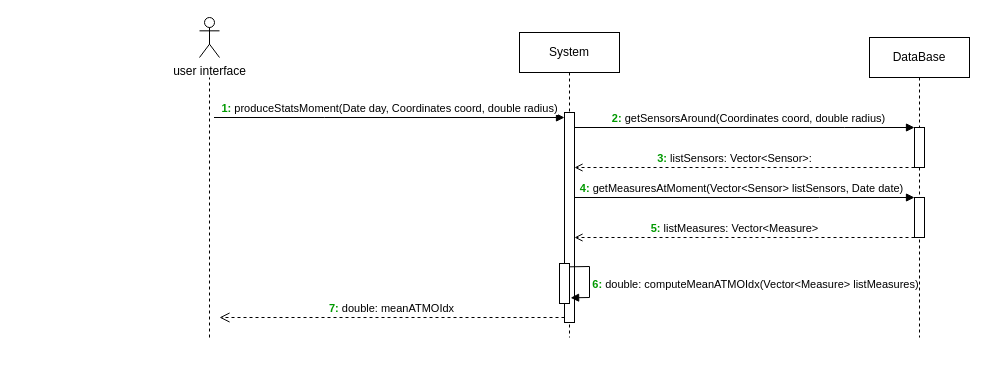
Earlier version of the draw.io diagram UML stuff/seqDiagProdStatsMoment.drawio (NourJadiri/AirWatcher). Source tidied: cells renumbered, new cells numbered last; positions are measured from the earlier drawing's top-left corner, leaving out a move shared by most shapes. Both pictures are drawn from the tidied source at 100%, with x=0, y=0 at pixel (199, 17).
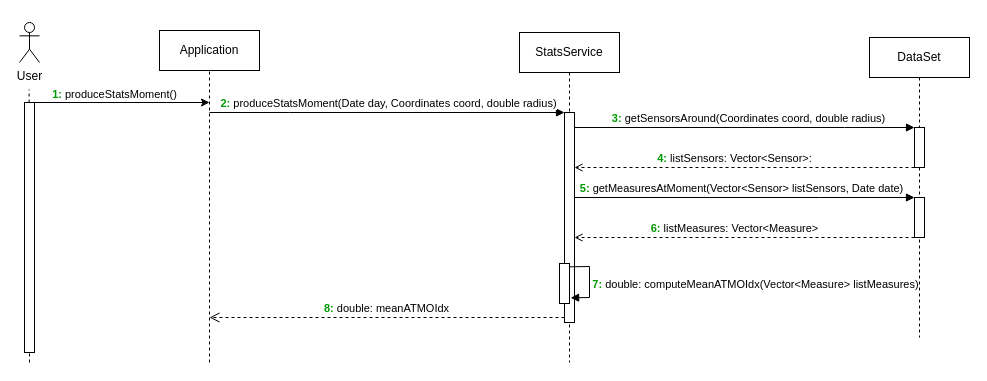
The same diagram, later.

Unchanged cells that the change refers to:
```xml
<mxCell id="3" style="html=1;points=[];perimeter=orthogonalPerimeter;outlineConnect=0;targetShapes=umlLifeline;portConstraint=eastwest;newEdgeStyle={&quot;edgeStyle&quot;:&quot;elbowEdgeStyle&quot;,&quot;elbow&quot;:&quot;vertical&quot;,&quot;curved&quot;:0,&quot;rounded&quot;:0};" parent="2" vertex="1">
  <mxGeometry x="45" y="80" width="10" height="210" as="geometry" />
</mxCell>
<mxCell id="9" style="endArrow=block;html=1;rounded=0;endFill=1;" parent="1" edge="1" source="3" target="7">
  <mxGeometry relative="1" as="geometry">
    <Array as="points">
      <mxPoint x="645" y="110" />
    </Array>
  </mxGeometry>
</mxCell>
<mxCell id="11" style="endArrow=open;html=1;rounded=0;endFill=0;dashed=1;" parent="1" edge="1" source="7" target="3">
  <mxGeometry relative="1" as="geometry">
    <Array as="points">
      <mxPoint x="525" y="150" />
    </Array>
  </mxGeometry>
</mxCell>
<mxCell id="13" style="endArrow=block;html=1;rounded=0;endFill=1;" parent="1" edge="1" source="3" target="8">
  <mxGeometry relative="1" as="geometry">
    <Array as="points">
      <mxPoint x="620" y="180" />
    </Array>
  </mxGeometry>
</mxCell>
<mxCell id="15" style="endArrow=open;html=1;rounded=0;endFill=0;dashed=1;" parent="1" edge="1" source="8" target="3">
  <mxGeometry relative="1" as="geometry">
    <Array as="points">
      <mxPoint x="525" y="220" />
    </Array>
  </mxGeometry>
</mxCell>
<mxCell id="18" style="endArrow=block;html=1;rounded=0;exitX=0.967;exitY=0.083;exitDx=0;exitDy=0;entryX=1.111;entryY=0.858;entryDx=0;entryDy=0;entryPerimeter=0;exitPerimeter=0;endFill=1;" parent="1" edge="1" source="17" target="17">
  <mxGeometry relative="1" as="geometry">
    <Array as="points">
      <mxPoint x="390" y="249" />
      <mxPoint x="390" y="280" />
    </Array>
  </mxGeometry>
</mxCell>
```

Change to the diagram source:
```diff
@@
-    <mxCell id="2" value="System" style="shape=umlLifeline;perimeter=lifelinePerimeter;whiteSpace=wrap;html=1;newEdgeStyle={&quot;edgeStyle&quot;:&quot;elbowEdgeStyle&quot;,&quot;elbow&quot;:&quot;vertical&quot;,&quot;curved&quot;:0,&quot;rounded&quot;:0};" parent="1" vertex="1">
-      <mxGeometry x="320" y="15" width="100" height="305" as="geometry" />
+    <mxCell id="2" value="StatsService" style="shape=umlLifeline;perimeter=lifelinePerimeter;whiteSpace=wrap;html=1;newEdgeStyle={&quot;edgeStyle&quot;:&quot;elbowEdgeStyle&quot;,&quot;elbow&quot;:&quot;vertical&quot;,&quot;curved&quot;:0,&quot;rounded&quot;:0};" parent="1" vertex="1">
+      <mxGeometry x="320" y="15" width="100" height="330" as="geometry" />
     </mxCell>
@@
-    <mxCell id="4" value="&lt;font color=&quot;#009900&quot;&gt;&lt;b&gt;1:&lt;/b&gt;&lt;/font&gt;&lt;font color=&quot;#99ff99&quot;&gt; &lt;/font&gt;produceStatsMoment(Date day, Coordinates coord, double radius)" style="html=1;verticalAlign=bottom;endArrow=block;edgeStyle=elbowEdgeStyle;elbow=vertical;curved=0;rounded=0;" parent="1" edge="1" target="3">
-      <mxGeometry relative="1" as="geometry">
-        <mxPoint x="14.5" y="100" as="sourcePoint" />
+    <mxCell id="4" value="&lt;font color=&quot;#009900&quot;&gt;&lt;b&gt;2:&lt;/b&gt;&lt;/font&gt;&lt;font color=&quot;#99ff99&quot;&gt; &lt;/font&gt;produceStatsMoment(Date day, Coordinates coord, double radius)" style="html=1;verticalAlign=bottom;endArrow=block;edgeStyle=elbowEdgeStyle;elbow=vertical;curved=0;rounded=0;" parent="1" edge="1" target="3">
+      <mxGeometry x="0.01" relative="1" as="geometry">
+        <mxPoint x="10" y="95" as="sourcePoint" />
         <Array as="points">
-          <mxPoint x="125" y="100" />
+          <mxPoint x="90" y="95" />
         </Array>
       </mxGeometry>
     </mxCell>
-    <mxCell id="5" value="&lt;b style=&quot;border-color: var(--border-color); caret-color: rgb(0, 153, 0); color: rgb(0, 153, 0);&quot;&gt;7:&amp;nbsp;&lt;/b&gt;double: meanATMOIdx" style="html=1;verticalAlign=bottom;endArrow=open;dashed=1;endSize=8;edgeStyle=elbowEdgeStyle;elbow=vertical;curved=0;rounded=0;" parent="1" edge="1" source="3">
+    <mxCell id="5" value="&lt;b style=&quot;border-color: var(--border-color); caret-color: rgb(0, 153, 0); color: rgb(0, 153, 0);&quot;&gt;8:&amp;nbsp;&lt;/b&gt;double: meanATMOIdx" style="html=1;verticalAlign=bottom;endArrow=open;dashed=1;endSize=8;edgeStyle=elbowEdgeStyle;elbow=vertical;curved=0;rounded=0;" parent="1" edge="1" source="3">
       <mxGeometry relative="1" as="geometry">
-        <mxPoint x="20" y="300" as="targetPoint" />
+        <mxPoint x="10" y="300" as="targetPoint" />
         <Array as="points">
           <mxPoint x="240" y="300" />
           <mxPoint x="220" y="310" />
           <mxPoint x="325" y="360" />
           <mxPoint x="235" y="320" />
           <mxPoint x="275" y="300" />
           <mxPoint x="135" y="260" />
         </Array>
       </mxGeometry>
     </mxCell>
-    <mxCell id="6" value="DataBase" style="shape=umlLifeline;perimeter=lifelinePerimeter;whiteSpace=wrap;html=1;newEdgeStyle={&quot;edgeStyle&quot;:&quot;elbowEdgeStyle&quot;,&quot;elbow&quot;:&quot;vertical&quot;,&quot;curved&quot;:0,&quot;rounded&quot;:0};" parent="1" vertex="1">
+    <mxCell id="6" value="DataSet" style="shape=umlLifeline;perimeter=lifelinePerimeter;whiteSpace=wrap;html=1;newEdgeStyle={&quot;edgeStyle&quot;:&quot;elbowEdgeStyle&quot;,&quot;elbow&quot;:&quot;vertical&quot;,&quot;curved&quot;:0,&quot;rounded&quot;:0};" parent="1" vertex="1">
       <mxGeometry x="670" y="20" width="100" height="300" as="geometry" />
     </mxCell>
@@
-    <mxCell id="10" value="&lt;b style=&quot;border-color: var(--border-color); caret-color: rgb(0, 153, 0); color: rgb(0, 153, 0);&quot;&gt;2:&lt;/b&gt;&amp;nbsp;getSensorsAround(Coordinates coord, double radius)" style="edgeLabel;html=1;align=center;verticalAlign=middle;" parent="9" vertex="1">
+    <mxCell id="10" value="&lt;b style=&quot;border-color: var(--border-color); caret-color: rgb(0, 153, 0); color: rgb(0, 153, 0);&quot;&gt;3:&lt;/b&gt;&amp;nbsp;getSensorsAround(Coordinates coord, double radius)" style="edgeLabel;html=1;align=center;verticalAlign=middle;" parent="9" vertex="1">
       <mxGeometry x="-0.41" y="2" relative="1" as="geometry">
         <mxPoint x="73" y="-8" as="offset" />
       </mxGeometry>
     </mxCell>
@@
-    <mxCell id="12" value="&lt;b style=&quot;border-color: var(--border-color); caret-color: rgb(0, 153, 0); color: rgb(0, 153, 0);&quot;&gt;3:&amp;nbsp;&lt;/b&gt;listSensors: Vector&amp;lt;Sensor&amp;gt;:" style="edgeLabel;html=1;align=center;verticalAlign=middle;" parent="11" vertex="1">
+    <mxCell id="12" value="&lt;b style=&quot;border-color: var(--border-color); caret-color: rgb(0, 153, 0); color: rgb(0, 153, 0);&quot;&gt;4:&amp;nbsp;&lt;/b&gt;listSensors: Vector&amp;lt;Sensor&amp;gt;:" style="edgeLabel;html=1;align=center;verticalAlign=middle;" parent="11" vertex="1">
       <mxGeometry x="0.28" y="1" relative="1" as="geometry">
         <mxPoint x="37" y="-11" as="offset" />
       </mxGeometry>
     </mxCell>
@@
-    <mxCell id="14" value="&lt;b style=&quot;border-color: var(--border-color); caret-color: rgb(0, 153, 0); color: rgb(0, 153, 0);&quot;&gt;4:&amp;nbsp;&lt;/b&gt;getMeasuresAtMoment(Vector&amp;lt;Sensor&amp;gt; listSensors, Date date)" style="edgeLabel;html=1;align=center;verticalAlign=middle;" parent="13" vertex="1">
+    <mxCell id="14" value="&lt;b style=&quot;border-color: var(--border-color); caret-color: rgb(0, 153, 0); color: rgb(0, 153, 0);&quot;&gt;5:&amp;nbsp;&lt;/b&gt;getMeasuresAtMoment(Vector&amp;lt;Sensor&amp;gt; listSensors, Date date)" style="edgeLabel;html=1;align=center;verticalAlign=middle;" parent="13" vertex="1">
       <mxGeometry x="-0.41" y="2" relative="1" as="geometry">
         <mxPoint x="66" y="-8" as="offset" />
       </mxGeometry>
     </mxCell>
@@
-    <mxCell id="16" value="&lt;b style=&quot;border-color: var(--border-color); caret-color: rgb(0, 153, 0); color: rgb(0, 153, 0);&quot;&gt;5:&amp;nbsp;&lt;/b&gt;listMeasures: Vector&amp;lt;Measure&amp;gt;" style="edgeLabel;html=1;align=center;verticalAlign=middle;" parent="15" vertex="1">
+    <mxCell id="16" value="&lt;b style=&quot;border-color: var(--border-color); caret-color: rgb(0, 153, 0); color: rgb(0, 153, 0);&quot;&gt;6:&amp;nbsp;&lt;/b&gt;listMeasures: Vector&amp;lt;Measure&amp;gt;" style="edgeLabel;html=1;align=center;verticalAlign=middle;" parent="15" vertex="1">
       <mxGeometry x="0.28" y="1" relative="1" as="geometry">
         <mxPoint x="37" y="-11" as="offset" />
       </mxGeometry>
     </mxCell>
@@
-    <mxCell id="19" value="&lt;b style=&quot;border-color: var(--border-color); caret-color: rgb(0, 153, 0); color: rgb(0, 153, 0);&quot;&gt;6:&amp;nbsp;&lt;/b&gt;double: computeMeanATMOIdx(Vector&amp;lt;Measure&amp;gt; listMeasures)" style="edgeLabel;html=1;align=center;verticalAlign=middle;" parent="18" vertex="1">
+    <mxCell id="19" value="&lt;b style=&quot;border-color: var(--border-color); caret-color: rgb(0, 153, 0); color: rgb(0, 153, 0);&quot;&gt;7:&amp;nbsp;&lt;/b&gt;double: computeMeanATMOIdx(Vector&amp;lt;Measure&amp;gt; listMeasures)" style="edgeLabel;html=1;align=center;verticalAlign=middle;" parent="18" vertex="1">
       <mxGeometry x="0.02" y="2" relative="1" as="geometry">
         <mxPoint x="163" y="2" as="offset" />
       </mxGeometry>
     </mxCell>
-    <mxCell id="20" value="user interface" style="shape=umlActor;verticalLabelPosition=bottom;verticalAlign=top;html=1;" parent="1" vertex="1">
-      <mxGeometry width="20" height="40" as="geometry" />
-    </mxCell>
-    <mxCell id="21" style="endArrow=none;dashed=1;html=1;rounded=0;" parent="1" edge="1">
+    <mxCell id="21" style="endArrow=none;dashed=1;html=1;rounded=0;entryX=0.5;entryY=1;entryDx=0;entryDy=0;" parent="1" edge="1" target="22">
       <mxGeometry relative="1" as="geometry">
-        <mxPoint x="10" y="320" as="sourcePoint" />
-        <mxPoint x="10" y="60" as="targetPoint" />
+        <mxPoint x="10" y="345" as="sourcePoint" />
       </mxGeometry>
     </mxCell>
+    <mxCell id="22" value="Application" style="rounded=0;whiteSpace=wrap;html=1;" parent="1" vertex="1">
+      <mxGeometry x="-40" y="13" width="100" height="40" as="geometry" />
+    </mxCell>
+    <mxCell id="23" value="User" style="shape=umlActor;verticalLabelPosition=bottom;verticalAlign=top;html=1;" parent="1" vertex="1">
+      <mxGeometry x="-180" y="5" width="20" height="40" as="geometry" />
+    </mxCell>
+    <mxCell id="24" style="endArrow=none;dashed=1;html=1;rounded=0;" parent="1" edge="1" source="26">
+      <mxGeometry relative="1" as="geometry">
+        <mxPoint x="-170.4" y="72" as="targetPoint" />
+      </mxGeometry>
+    </mxCell>
+    <mxCell id="25" style="endArrow=none;dashed=1;html=1;rounded=0;" parent="1" edge="1" target="26">
+      <mxGeometry relative="1" as="geometry">
+        <mxPoint x="-170" y="345" as="sourcePoint" />
+      </mxGeometry>
+    </mxCell>
+    <mxCell id="26" style="rounded=0;whiteSpace=wrap;html=1;" parent="1" vertex="1">
+      <mxGeometry x="-175" y="85" width="10" height="250" as="geometry" />
+    </mxCell>
+    <mxCell id="27" style="endArrow=classic;html=1;rounded=0;exitX=1;exitY=0;exitDx=0;exitDy=0;" parent="1" edge="1" source="26">
+      <mxGeometry relative="1" as="geometry">
+        <mxPoint x="10" y="85" as="targetPoint" />
+      </mxGeometry>
+    </mxCell>
+    <mxCell id="28" value="&lt;b style=&quot;border-color: var(--border-color); caret-color: rgb(0, 153, 0); color: rgb(0, 153, 0);&quot;&gt;1:&amp;nbsp;&lt;/b&gt;produceStatsMoment()" style="edgeLabel;html=1;align=center;verticalAlign=middle;" parent="27" vertex="1">
+      <mxGeometry x="-0.21" relative="1" as="geometry">
+        <mxPoint x="10" y="-8" as="offset" />
+      </mxGeometry>
+    </mxCell>
```
